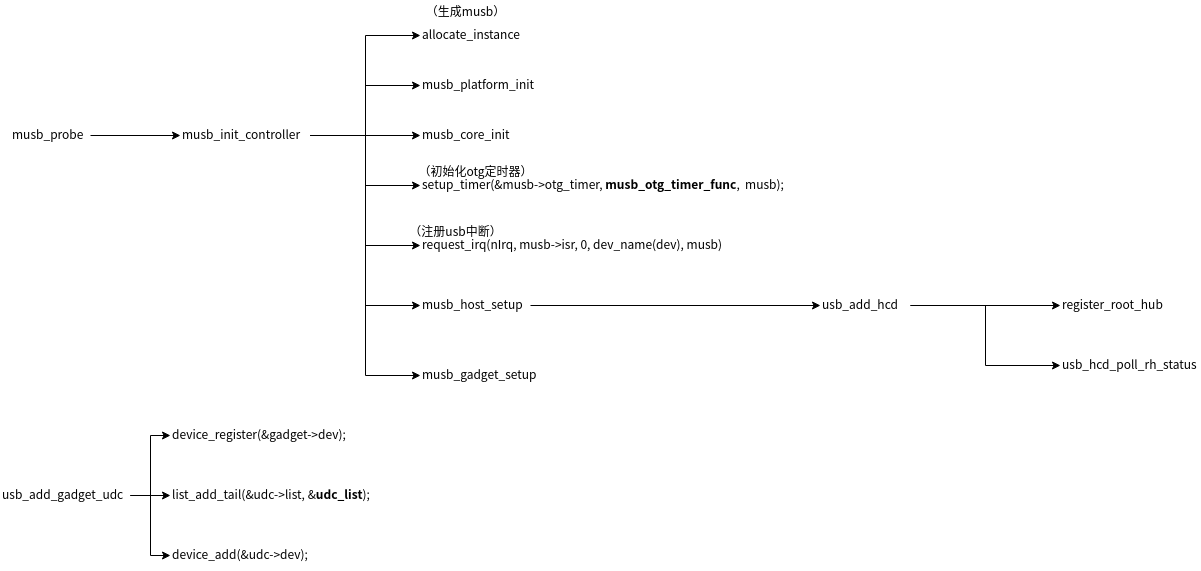
Before: Untitled Diagram.png, a diagram exported from draw.io (zhangmeizhen/test2). Source tidied: cells renumbered, new cells last; positions are measured from the earlier drawing's top-left corner, leaving out a move shared by most shapes.
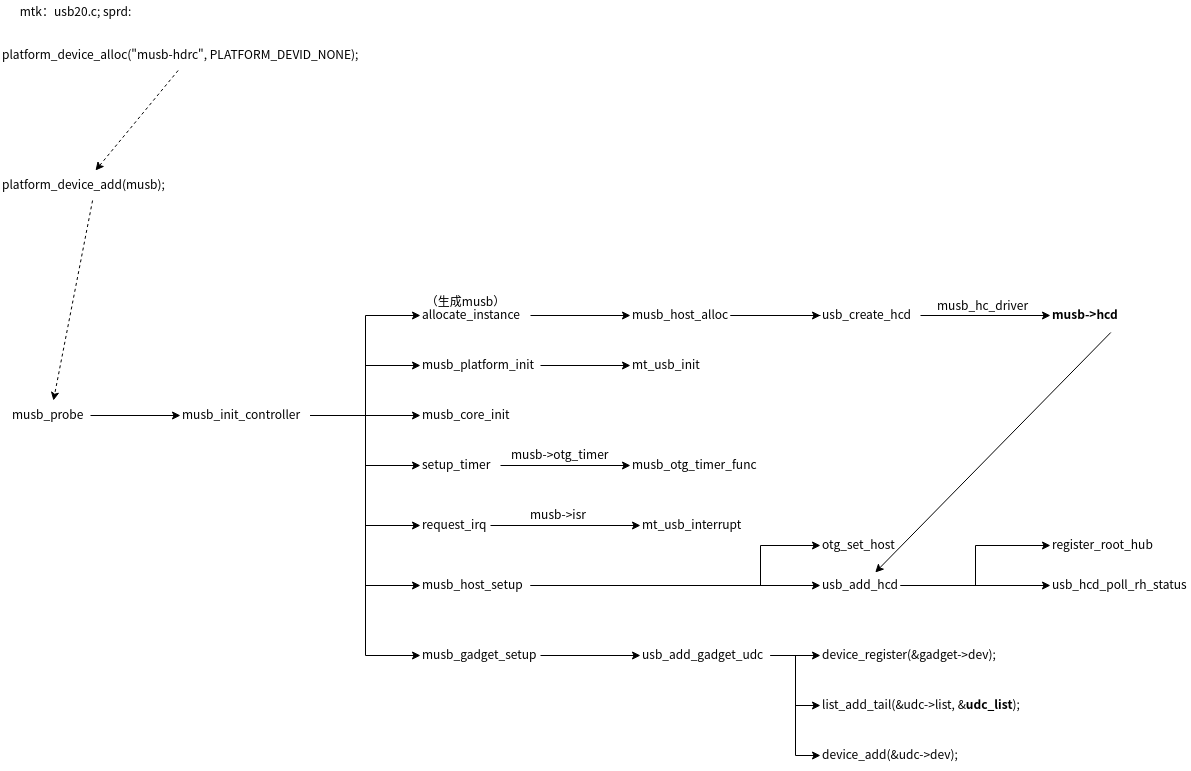
After the change.

Change to the diagram source:
```diff
@@ -2,26 +2,14 @@
   <root>
     <mxCell id="0" />
     <mxCell id="1" parent="0" />
-    <mxCell id="2" style="edgeStyle=orthogonalEdgeStyle;rounded=0;jettySize=auto;html=1;entryX=0;entryY=0.5;entryDx=0;entryDy=0;" parent="1" edge="1" source="5" target="6">
-      <mxGeometry relative="1" as="geometry" />
-    </mxCell>
-    <mxCell id="3" style="edgeStyle=orthogonalEdgeStyle;rounded=0;jettySize=auto;html=1;entryX=0;entryY=0.5;entryDx=0;entryDy=0;" parent="1" edge="1" source="5" target="7">
-      <mxGeometry relative="1" as="geometry" />
-    </mxCell>
-    <mxCell id="4" style="edgeStyle=orthogonalEdgeStyle;rounded=0;jettySize=auto;html=1;entryX=0;entryY=0.5;entryDx=0;entryDy=0;" parent="1" edge="1" source="5" target="8">
-      <mxGeometry relative="1" as="geometry" />
-    </mxCell>
-    <mxCell id="5" value="usb_add_gadget_udc" style="text;whiteSpace=wrap;html=1;" parent="1" vertex="1">
-      <mxGeometry y="480" width="130" height="30" as="geometry" />
-    </mxCell>
     <mxCell id="6" value="device_register(&amp;gadget-&gt;dev);" style="text;whiteSpace=wrap;html=1;" parent="1" vertex="1">
-      <mxGeometry x="170" y="420" width="200" height="30" as="geometry" />
+      <mxGeometry x="820" y="360" width="200" height="30" as="geometry" />
     </mxCell>
     <mxCell id="7" value="list_add_tail(&amp;amp;udc-&amp;gt;list, &amp;amp;&lt;b&gt;udc_list&lt;/b&gt;);" style="text;whiteSpace=wrap;html=1;" parent="1" vertex="1">
-      <mxGeometry x="170" y="480" width="220" height="30" as="geometry" />
+      <mxGeometry x="820" y="410" width="220" height="30" as="geometry" />
     </mxCell>
     <mxCell id="8" value="device_add(&amp;udc-&gt;dev);" style="text;whiteSpace=wrap;html=1;" parent="1" vertex="1">
-      <mxGeometry x="170" y="540" width="160" height="30" as="geometry" />
+      <mxGeometry x="820" y="460" width="160" height="30" as="geometry" />
     </mxCell>
     <mxCell id="9" style="edgeStyle=orthogonalEdgeStyle;rounded=0;jettySize=auto;html=1;entryX=0;entryY=0.5;entryDx=0;entryDy=0;" parent="1" edge="1" source="10" target="18">
       <mxGeometry relative="1" as="geometry" />
@@ -53,53 +41,142 @@
     <mxCell id="18" value="musb_init_controller" style="text;whiteSpace=wrap;html=1;" parent="1" vertex="1">
       <mxGeometry x="180" y="120" width="130" height="30" as="geometry" />
     </mxCell>
+    <mxCell id="35" style="edgeStyle=orthogonalEdgeStyle;rounded=0;jettySize=auto;html=1;entryX=0;entryY=0.5;entryDx=0;entryDy=0;" parent="1" edge="1" source="19" target="42">
+      <mxGeometry relative="1" as="geometry" />
+    </mxCell>
     <mxCell id="19" value="allocate_instance" style="text;whiteSpace=wrap;html=1;" parent="1" vertex="1">
       <mxGeometry x="420" y="20" width="110" height="30" as="geometry" />
     </mxCell>
     <mxCell id="20" value="（生成musb）" style="text;html=1;align=center;verticalAlign=middle;" parent="1" vertex="1">
-      <mxGeometry x="420" width="90" height="20" as="geometry" />
+      <mxGeometry x="420" y="10" width="90" height="20" as="geometry" />
     </mxCell>
+    <mxCell id="36" style="edgeStyle=orthogonalEdgeStyle;rounded=0;jettySize=auto;html=1;entryX=0;entryY=0.5;entryDx=0;entryDy=0;startArrow=none;startFill=0;endArrow=classic;endFill=1;" parent="1" edge="1" source="21" target="59">
+      <mxGeometry relative="1" as="geometry" />
+    </mxCell>
     <mxCell id="21" value="musb_platform_init" style="text;whiteSpace=wrap;html=1;" parent="1" vertex="1">
-      <mxGeometry x="420" y="70" width="140" height="30" as="geometry" />
+      <mxGeometry x="420" y="70" width="120" height="30" as="geometry" />
     </mxCell>
     <mxCell id="22" value="musb_core_init" style="text;whiteSpace=wrap;html=1;" parent="1" vertex="1">
       <mxGeometry x="420" y="120" width="110" height="30" as="geometry" />
     </mxCell>
+    <mxCell id="37" style="edgeStyle=none;rounded=0;jettySize=auto;html=1;entryX=0;entryY=0.5;entryDx=0;entryDy=0;" parent="1" edge="1" source="23" target="50">
+      <mxGeometry relative="1" as="geometry" />
+    </mxCell>
-    <mxCell id="23" value="setup_timer(&amp;amp;musb-&amp;gt;otg_timer, &lt;b&gt;musb_otg_timer_func&lt;/b&gt;,&amp;nbsp; musb);" style="text;whiteSpace=wrap;html=1;" parent="1" vertex="1">
-      <mxGeometry x="420" y="170" width="370" height="30" as="geometry" />
+    <mxCell id="23" value="setup_timer" style="text;whiteSpace=wrap;html=1;" parent="1" vertex="1">
+      <mxGeometry x="420" y="170" width="80" height="30" as="geometry" />
     </mxCell>
+    <mxCell id="38" style="edgeStyle=orthogonalEdgeStyle;rounded=0;jettySize=auto;html=1;entryX=0;entryY=0.5;entryDx=0;entryDy=0;startArrow=none;startFill=0;endArrow=classic;endFill=1;" parent="1" edge="1" source="24" target="58">
+      <mxGeometry relative="1" as="geometry" />
+    </mxCell>
-    <mxCell id="24" value="request_irq(nIrq, musb-&gt;isr, 0, dev_name(dev), musb)" style="text;whiteSpace=wrap;html=1;" parent="1" vertex="1">
-      <mxGeometry x="420" y="230" width="330" height="30" as="geometry" />
+    <mxCell id="24" value="request_irq" style="text;whiteSpace=wrap;html=1;" parent="1" vertex="1">
+      <mxGeometry x="420" y="230" width="70" height="30" as="geometry" />
     </mxCell>
-    <mxCell id="25" value="（注册usb中断）" style="text;html=1;align=center;verticalAlign=middle;" parent="1" vertex="1">
-      <mxGeometry x="400" y="220" width="110" height="20" as="geometry" />
-    </mxCell>
-    <mxCell id="26" value="（初始化otg定时器）" style="text;html=1;align=center;verticalAlign=middle;" parent="1" vertex="1">
-      <mxGeometry x="410" y="160" width="130" height="20" as="geometry" />
-    </mxCell>
     <mxCell id="27" style="edgeStyle=orthogonalEdgeStyle;rounded=0;jettySize=auto;html=1;entryX=0;entryY=0.5;entryDx=0;entryDy=0;" parent="1" edge="1" source="28" target="32">
       <mxGeometry relative="1" as="geometry" />
     </mxCell>
+    <mxCell id="39" style="edgeStyle=orthogonalEdgeStyle;rounded=0;jettySize=auto;html=1;entryX=0;entryY=0.5;entryDx=0;entryDy=0;" parent="1" edge="1" source="28" target="49">
+      <mxGeometry relative="1" as="geometry">
+        <Array as="points">
+          <mxPoint x="760" y="305" />
+          <mxPoint x="760" y="265" />
+        </Array>
+      </mxGeometry>
+    </mxCell>
     <mxCell id="28" value="musb_host_setup" style="text;whiteSpace=wrap;html=1;" parent="1" vertex="1">
       <mxGeometry x="420" y="290" width="110" height="30" as="geometry" />
     </mxCell>
+    <mxCell id="40" style="edgeStyle=orthogonalEdgeStyle;rounded=0;jettySize=auto;html=1;" parent="1" edge="1" source="29" target="5">
+      <mxGeometry relative="1" as="geometry" />
+    </mxCell>
     <mxCell id="29" value="musb_gadget_setup" style="text;whiteSpace=wrap;html=1;" parent="1" vertex="1">
-      <mxGeometry x="420" y="360" width="140" height="30" as="geometry" />
+      <mxGeometry x="420" y="360" width="120" height="30" as="geometry" />
     </mxCell>
+    <mxCell id="31" style="edgeStyle=orthogonalEdgeStyle;rounded=0;jettySize=auto;html=1;entryX=0;entryY=0.5;entryDx=0;entryDy=0;" parent="1" edge="1" source="32" target="34">
+      <mxGeometry relative="1" as="geometry" />
+    </mxCell>
-    <mxCell id="30" style="edgeStyle=orthogonalEdgeStyle;rounded=0;jettySize=auto;html=1;" parent="1" edge="1" source="32" target="33">
+    <mxCell id="30" style="edgeStyle=orthogonalEdgeStyle;rounded=0;jettySize=auto;html=1;entryX=0;entryY=0.5;entryDx=0;entryDy=0;" parent="1" edge="1" source="32" target="33">
       <mxGeometry relative="1" as="geometry" />
     </mxCell>
-    <mxCell id="31" style="edgeStyle=orthogonalEdgeStyle;rounded=0;jettySize=auto;html=1;entryX=0;entryY=0.5;entryDx=0;entryDy=0;" parent="1" edge="1" source="32" target="34">
-      <mxGeometry relative="1" as="geometry" />
-    </mxCell>
     <mxCell id="32" value="usb_add_hcd" style="text;whiteSpace=wrap;html=1;" parent="1" vertex="1">
-      <mxGeometry x="820" y="290" width="90" height="30" as="geometry" />
+      <mxGeometry x="820" y="290" width="80" height="30" as="geometry" />
     </mxCell>
     <mxCell id="33" value="register_root_hub" style="text;whiteSpace=wrap;html=1;" parent="1" vertex="1">
-      <mxGeometry x="1060" y="290" width="110" height="30" as="geometry" />
+      <mxGeometry x="1050" y="250" width="110" height="30" as="geometry" />
     </mxCell>
     <mxCell id="34" value="usb_hcd_poll_rh_status" style="text;whiteSpace=wrap;html=1;" parent="1" vertex="1">
-      <mxGeometry x="1060" y="350" width="140" height="30" as="geometry" />
+      <mxGeometry x="1050" y="290" width="140" height="30" as="geometry" />
     </mxCell>
+    <mxCell id="41" style="edgeStyle=orthogonalEdgeStyle;rounded=0;jettySize=auto;html=1;entryX=0;entryY=0.5;entryDx=0;entryDy=0;" parent="1" edge="1" source="42" target="45">
+      <mxGeometry relative="1" as="geometry" />
+    </mxCell>
+    <mxCell id="42" value="musb_host_alloc" style="text;whiteSpace=wrap;html=1;" parent="1" vertex="1">
+      <mxGeometry x="630" y="20" width="100" height="30" as="geometry" />
+    </mxCell>
+    <mxCell id="43" style="edgeStyle=orthogonalEdgeStyle;rounded=0;jettySize=auto;html=1;entryX=0;entryY=0.5;entryDx=0;entryDy=0;" parent="1" edge="1" source="45" target="48">
+      <mxGeometry relative="1" as="geometry" />
+    </mxCell>
+    <mxCell id="44" style="edgeStyle=orthogonalEdgeStyle;rounded=0;jettySize=auto;html=1;startArrow=none;startFill=0;endArrow=none;endFill=0;" parent="1" edge="1" source="45" target="42">
+      <mxGeometry relative="1" as="geometry" />
+    </mxCell>
+    <mxCell id="45" value="usb_create_hcd" style="text;whiteSpace=wrap;html=1;" parent="1" vertex="1">
+      <mxGeometry x="820" y="20" width="100" height="30" as="geometry" />
+    </mxCell>
+    <mxCell id="46" value="musb_hc_driver" style="text;whiteSpace=wrap;html=1;" parent="1" vertex="1">
+      <mxGeometry x="935" y="11" width="120" height="30" as="geometry" />
+    </mxCell>
+    <mxCell id="47" style="rounded=0;orthogonalLoop=1;jettySize=auto;html=1;" parent="1" edge="1">
+      <mxGeometry relative="1" as="geometry">
+        <mxPoint x="1110.3" y="52" as="sourcePoint" />
+        <mxPoint x="874.7" y="292" as="targetPoint" />
+      </mxGeometry>
+    </mxCell>
+    <mxCell id="48" value="&lt;b&gt;musb-&amp;gt;hcd&lt;/b&gt;" style="text;whiteSpace=wrap;html=1;" parent="1" vertex="1">
+      <mxGeometry x="1050" y="20" width="90" height="30" as="geometry" />
+    </mxCell>
+    <mxCell id="49" value="otg_set_host" style="text;whiteSpace=wrap;html=1;" parent="1" vertex="1">
+      <mxGeometry x="820" y="250" width="100" height="30" as="geometry" />
+    </mxCell>
+    <mxCell id="2" style="edgeStyle=orthogonalEdgeStyle;rounded=0;jettySize=auto;html=1;entryX=0;entryY=0.5;entryDx=0;entryDy=0;" parent="1" edge="1" source="5" target="6">
+      <mxGeometry relative="1" as="geometry" />
+    </mxCell>
+    <mxCell id="3" style="edgeStyle=orthogonalEdgeStyle;rounded=0;jettySize=auto;html=1;entryX=0;entryY=0.5;entryDx=0;entryDy=0;" parent="1" edge="1" source="5" target="7">
+      <mxGeometry relative="1" as="geometry" />
+    </mxCell>
+    <mxCell id="4" style="edgeStyle=orthogonalEdgeStyle;rounded=0;jettySize=auto;html=1;entryX=0;entryY=0.5;entryDx=0;entryDy=0;" parent="1" edge="1" source="5" target="8">
+      <mxGeometry relative="1" as="geometry" />
+    </mxCell>
+    <mxCell id="5" value="usb_add_gadget_udc" style="text;whiteSpace=wrap;html=1;" parent="1" vertex="1">
+      <mxGeometry x="640" y="360" width="130" height="30" as="geometry" />
+    </mxCell>
+    <mxCell id="50" value="musb_otg_timer_func" style="text;whiteSpace=wrap;html=1;" parent="1" vertex="1">
+      <mxGeometry x="630" y="170" width="140" height="30" as="geometry" />
+    </mxCell>
+    <mxCell id="51" value="musb-&amp;gt;otg_timer" style="text;whiteSpace=wrap;html=1;" parent="1" vertex="1">
+      <mxGeometry x="509" y="160" width="99" height="30" as="geometry" />
+    </mxCell>
+    <mxCell id="52" value="musb-&amp;gt;isr" style="text;whiteSpace=wrap;html=1;" parent="1" vertex="1">
+      <mxGeometry x="528" y="220" width="80" height="30" as="geometry" />
+    </mxCell>
+    <mxCell id="53" style="edgeStyle=none;rounded=0;jettySize=auto;html=1;entryX=0.5;entryY=0;entryDx=0;entryDy=0;dashed=1;" parent="1" edge="1" source="54" target="56">
+      <mxGeometry relative="1" as="geometry" />
+    </mxCell>
+    <mxCell id="54" value="platform_device_alloc(&quot;musb-hdrc&quot;, PLATFORM_DEVID_NONE);" style="text;whiteSpace=wrap;html=1;" parent="1" vertex="1">
+      <mxGeometry y="-240" width="380" height="30" as="geometry" />
+    </mxCell>
+    <mxCell id="55" style="edgeStyle=none;rounded=0;jettySize=auto;html=1;dashed=1;" parent="1" edge="1" source="56" target="10">
+      <mxGeometry relative="1" as="geometry" />
+    </mxCell>
+    <mxCell id="56" value="platform_device_add(musb);" style="text;whiteSpace=wrap;html=1;" parent="1" vertex="1">
+      <mxGeometry y="-110" width="190" height="30" as="geometry" />
+    </mxCell>
+    <mxCell id="57" value="mtk：usb20.c; sprd:" style="text;html=1;align=center;verticalAlign=middle;" parent="1" vertex="1">
+      <mxGeometry x="10" y="-280" width="130" height="20" as="geometry" />
+    </mxCell>
+    <mxCell id="58" value="mt_usb_interrupt" style="text;whiteSpace=wrap;html=1;" parent="1" vertex="1">
+      <mxGeometry x="640" y="230" width="120" height="30" as="geometry" />
+    </mxCell>
+    <mxCell id="59" value="mt_usb_init" style="text;whiteSpace=wrap;html=1;" parent="1" vertex="1">
+      <mxGeometry x="630" y="70" width="90" height="30" as="geometry" />
+    </mxCell>
   </root>
 </mxGraphModel>
```
